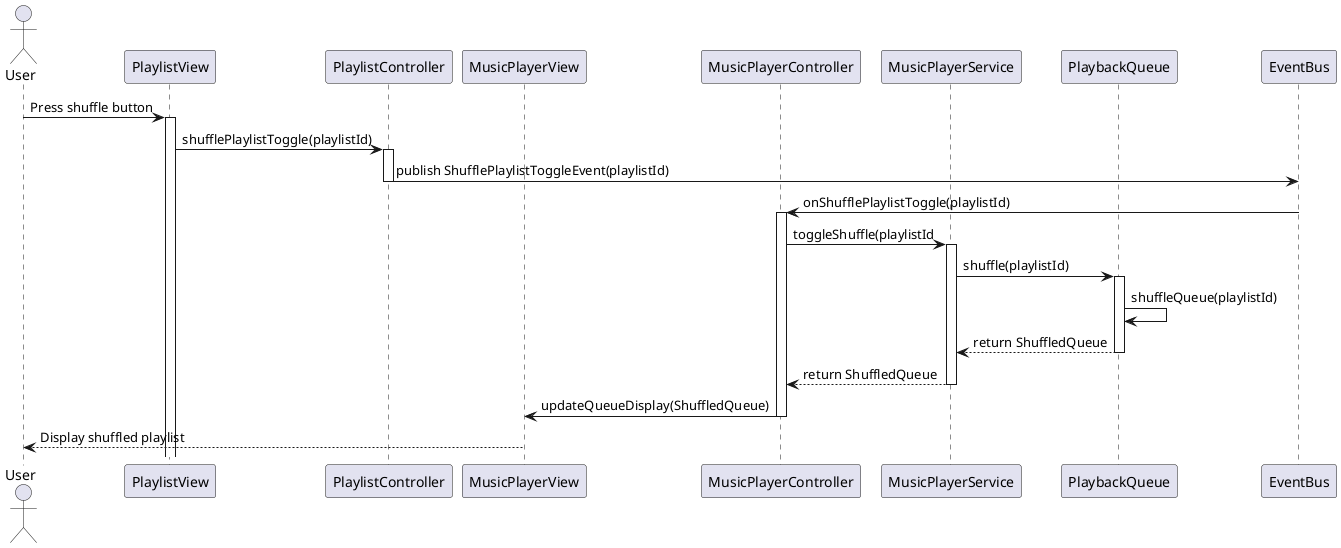
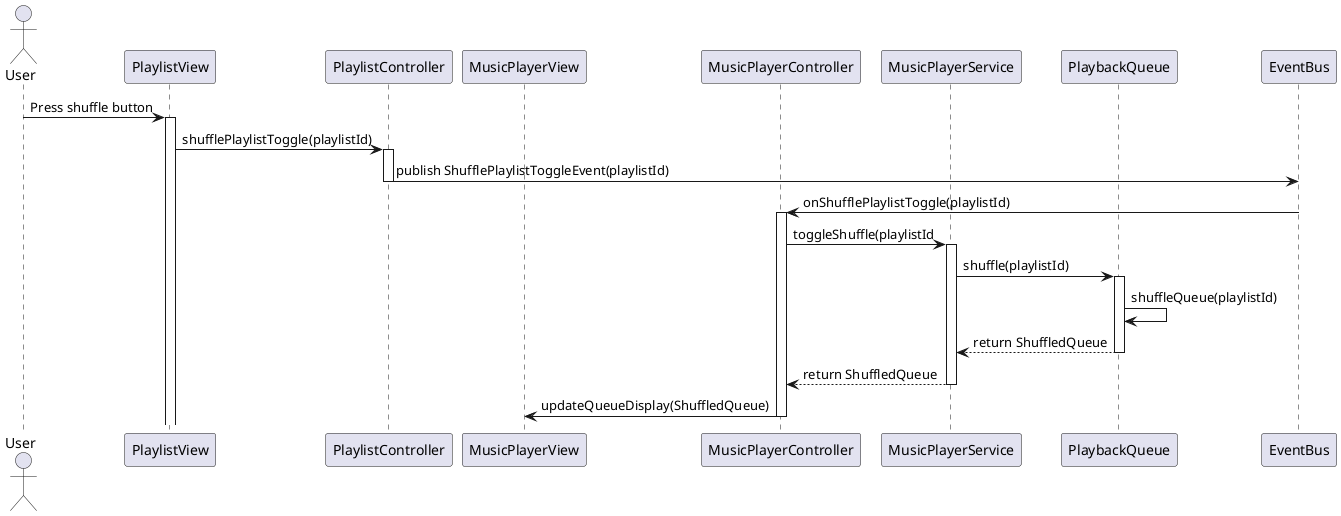
@startuml ShuffleOrPlayInSequence
actor User as user
participant PlaylistView as playlistView
participant PlaylistController as playlistController
participant MusicPlayerView as musicPlayerView
participant MusicPlayerController as musicPlayerController
participant MusicPlayerService as musicPlayerService
participant PlaybackQueue as playbackQueue
participant EventBus as eventBus

user -> playlistView : Press shuffle button
activate playlistView
playlistView -> playlistController : shufflePlaylistToggle(playlistId)
activate playlistController
playlistController -> eventBus : publish ShufflePlaylistToggleEvent(playlistId)
deactivate playlistController
eventBus -> musicPlayerController : onShufflePlaylistToggle(playlistId)
activate musicPlayerController
musicPlayerController -> musicPlayerService : toggleShuffle(playlistId
activate musicPlayerService
musicPlayerService -> playbackQueue : shuffle(playlistId)
activate playbackQueue
playbackQueue -> playbackQueue : shuffleQueue(playlistId)
playbackQueue --> musicPlayerService : return ShuffledQueue
deactivate playbackQueue
musicPlayerService --> musicPlayerController : return ShuffledQueue
deactivate musicPlayerService
musicPlayerController -> musicPlayerView : updateQueueDisplay(ShuffledQueue)
deactivate musicPlayerController
- musicPlayerView --> user : Display shuffled playlist
+ 'musicPlayerView --> user : Display shuffled playlist
deactivate musicPlayerView
@enduml